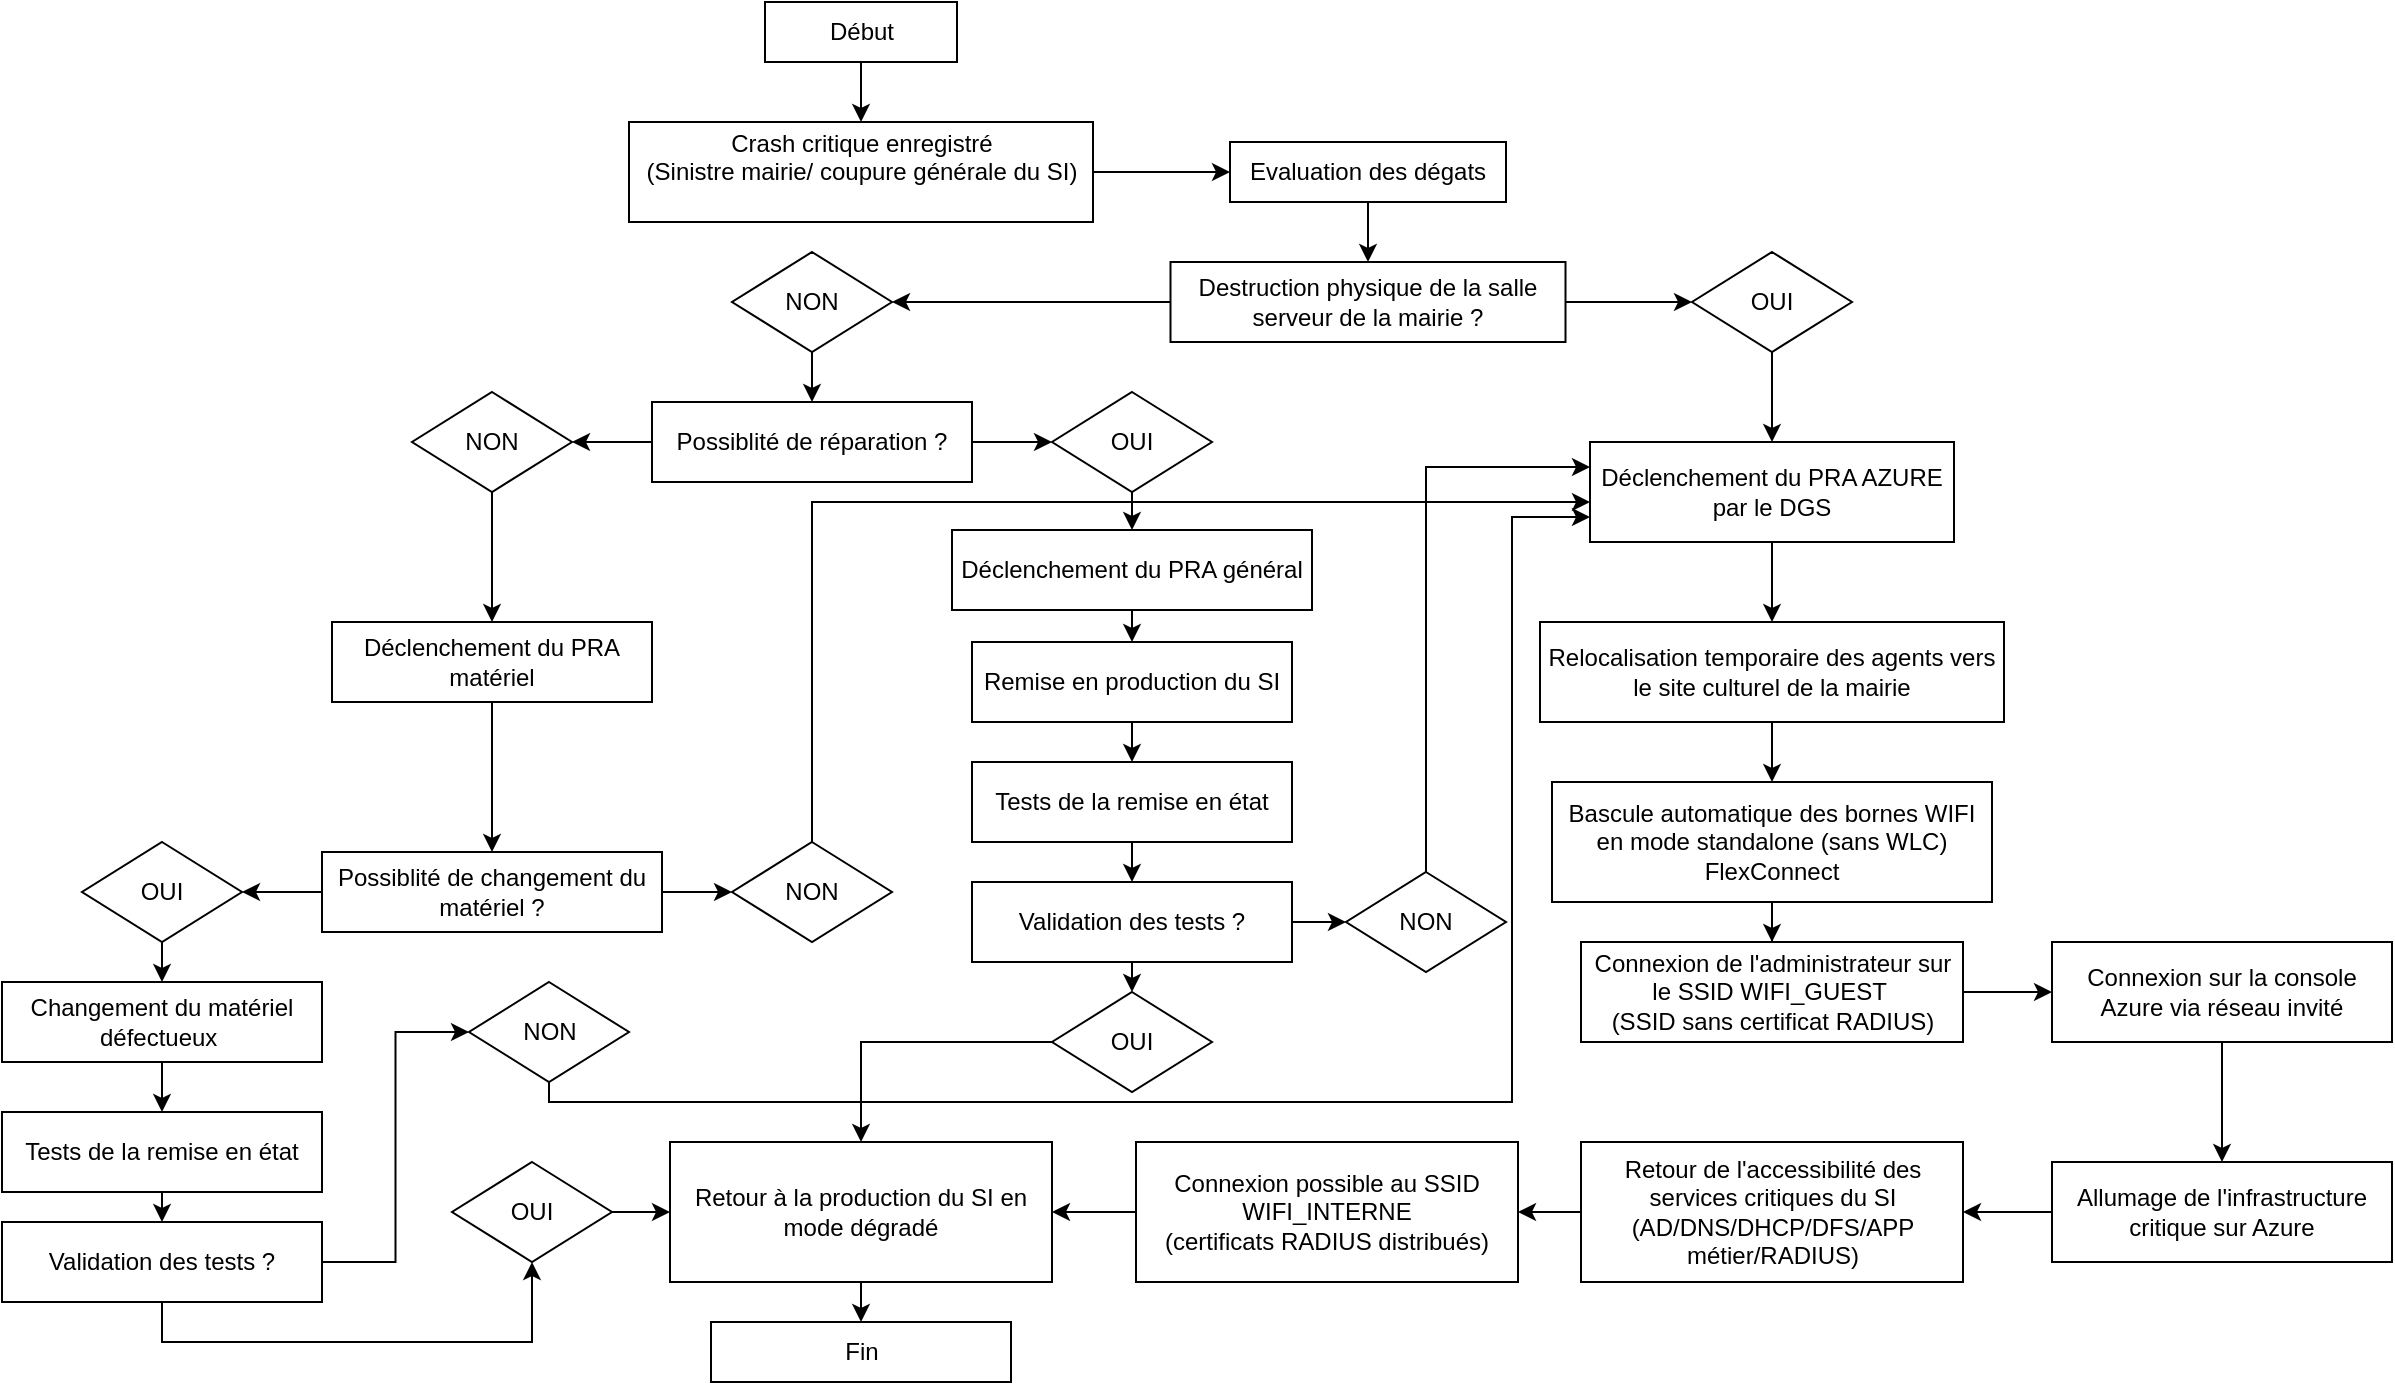
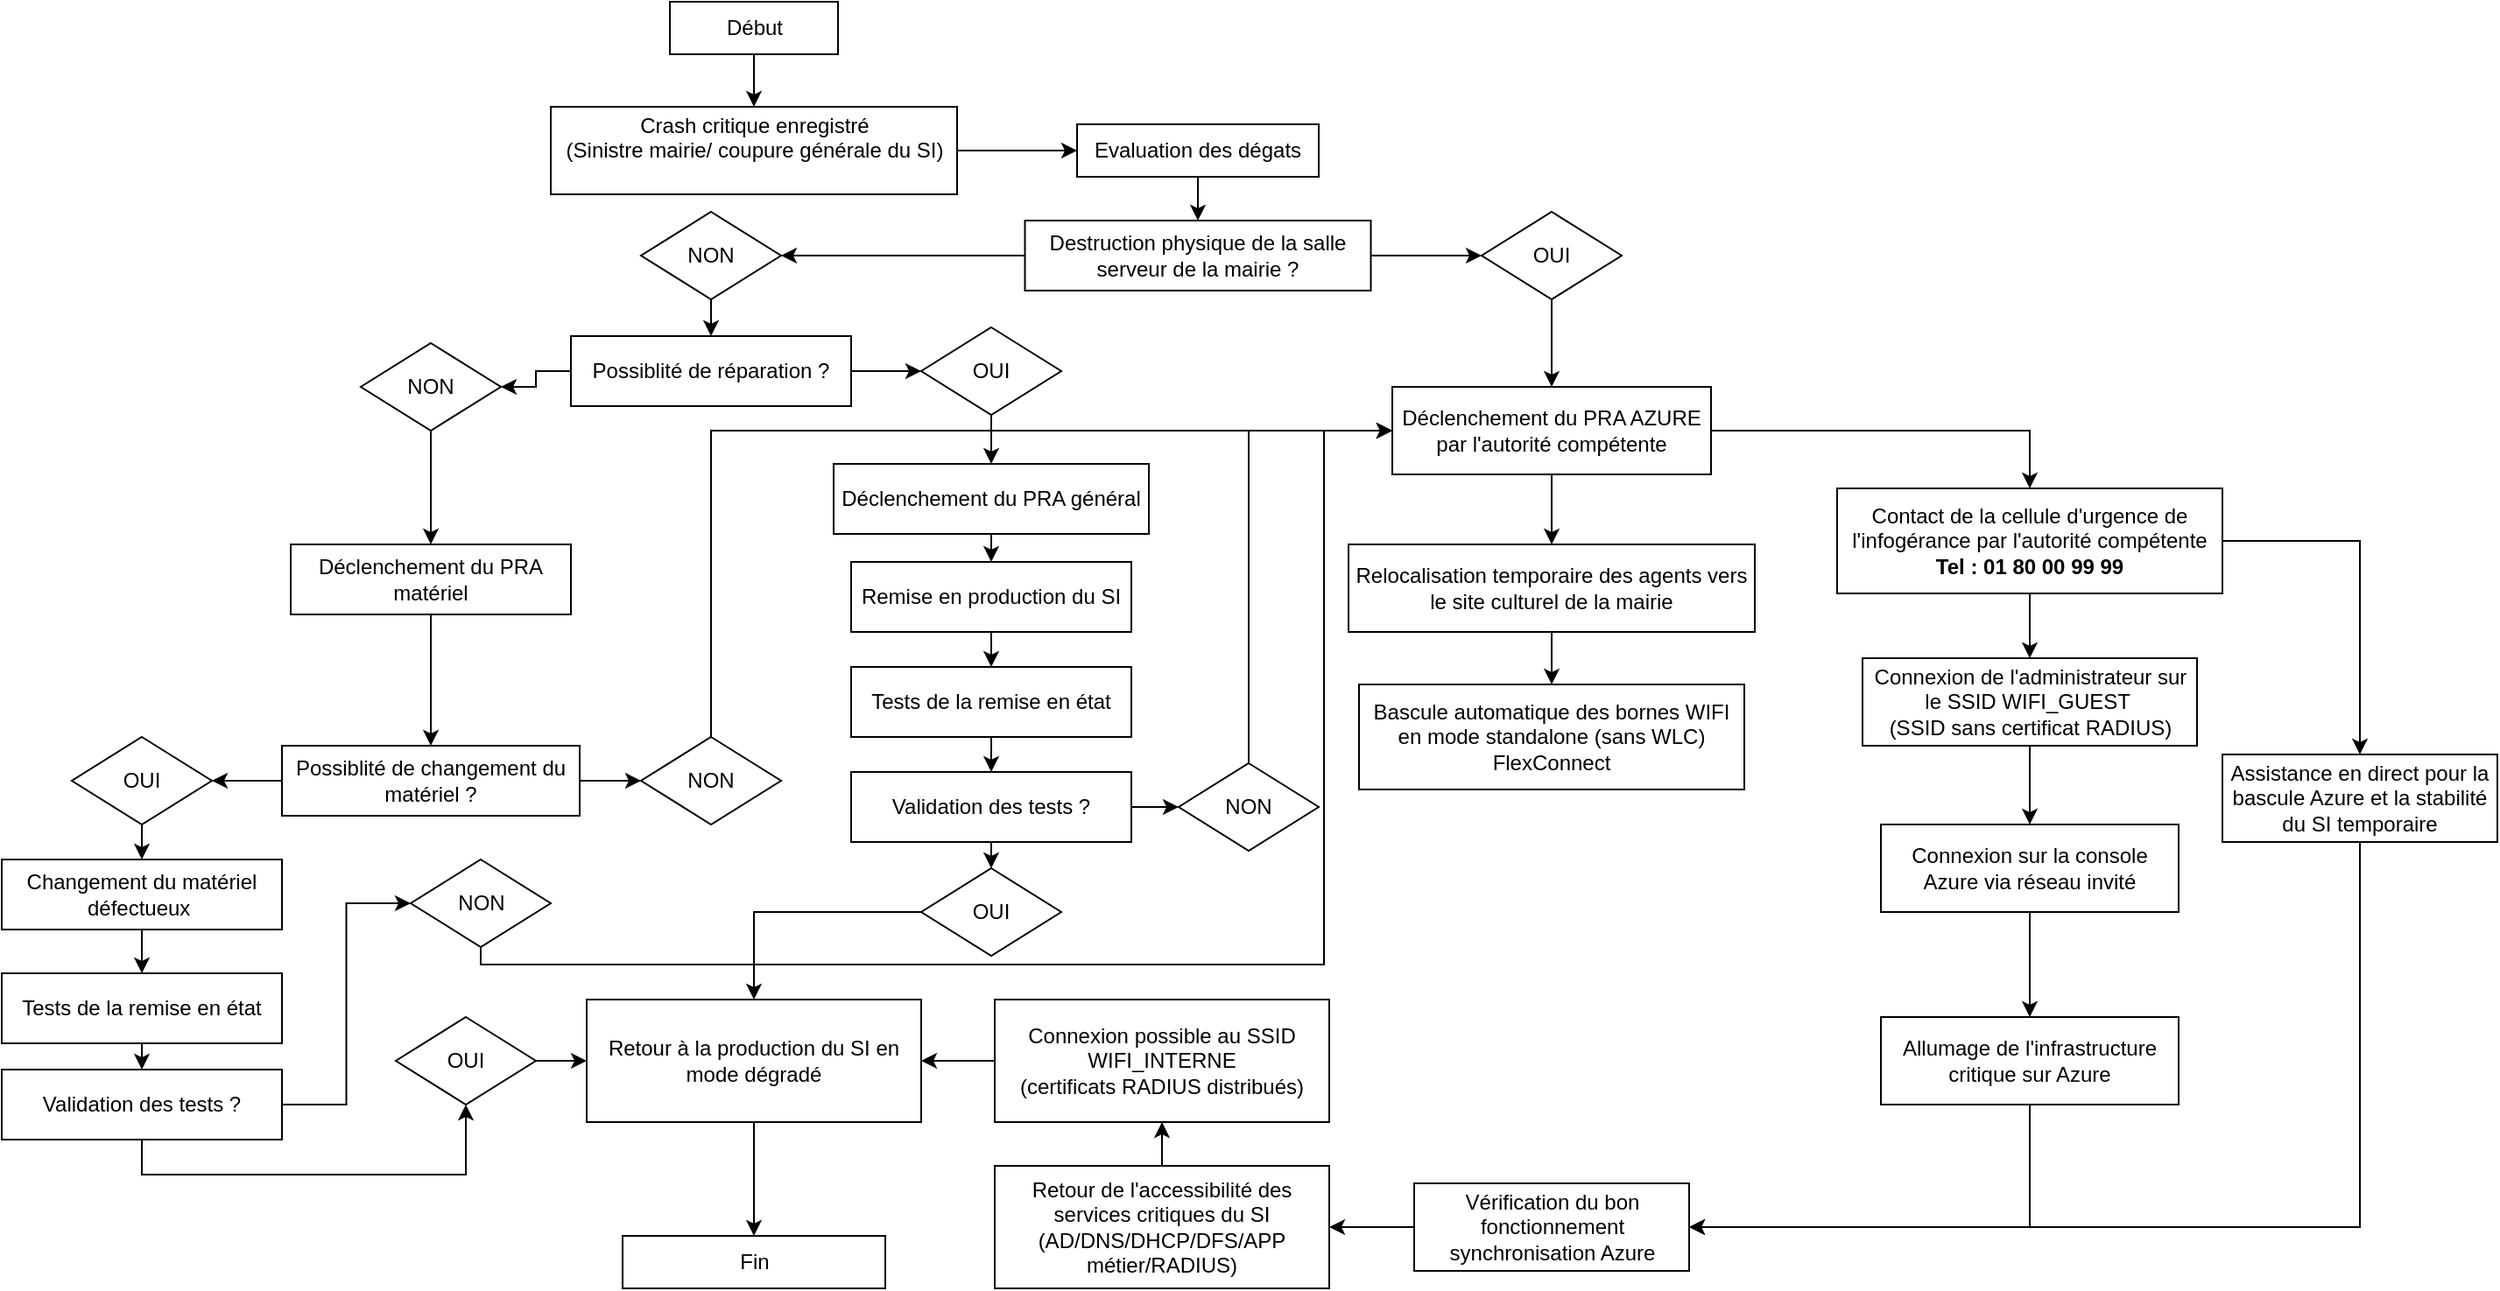
<mxfile host="app.diagrams.net">
  <diagram id="aeECcLNxeN0zQgJlPzpN" name="Page-2">
-     <mxGraphModel dx="1795" dy="1038" grid="0" gridSize="10" guides="1" tooltips="1" connect="1" arrows="1" fold="1" page="1" pageScale="1" pageWidth="1654" pageHeight="1169" math="0" shadow="0">
+     <mxGraphModel dx="1710" dy="989" grid="0" gridSize="10" guides="1" tooltips="1" connect="1" arrows="1" fold="1" page="1" pageScale="1" pageWidth="1654" pageHeight="1169" math="0" shadow="0">
      <root>
        <mxCell id="0" />
        <mxCell id="1" parent="0" />
        <mxCell id="-Ljvg_BTZexBaEWm_ScS-18" edge="1" parent="1" source="1Eve3FFv-ZHbEJZOH9q0-2" style="edgeStyle=orthogonalEdgeStyle;rounded=0;orthogonalLoop=1;jettySize=auto;html=1;exitX=0.5;exitY=1;exitDx=0;exitDy=0;entryX=0.5;entryY=0;entryDx=0;entryDy=0;" target="1Eve3FFv-ZHbEJZOH9q0-3">
          <mxGeometry relative="1" as="geometry" />
        </mxCell>
        <mxCell id="1Eve3FFv-ZHbEJZOH9q0-2" parent="1" style="rounded=0;whiteSpace=wrap;html=1;" value="Début" vertex="1">
-           <mxGeometry height="30" width="96" x="642.5" y="289" as="geometry" />
+           <mxGeometry height="30" width="96" x="553.5" y="290" as="geometry" />
        </mxCell>
        <mxCell id="-Ljvg_BTZexBaEWm_ScS-86" edge="1" parent="1" source="1Eve3FFv-ZHbEJZOH9q0-3" style="edgeStyle=orthogonalEdgeStyle;rounded=0;orthogonalLoop=1;jettySize=auto;html=1;exitX=1;exitY=0.5;exitDx=0;exitDy=0;entryX=0;entryY=0.5;entryDx=0;entryDy=0;" target="-Ljvg_BTZexBaEWm_ScS-3">
          <mxGeometry relative="1" as="geometry" />
        </mxCell>
        <mxCell id="1Eve3FFv-ZHbEJZOH9q0-3" parent="1" style="rounded=0;whiteSpace=wrap;html=1;" value="Crash critique enregistré&lt;br&gt;(Sinistre mairie/ coupure générale du SI)&lt;div&gt;&lt;br/&gt;&lt;/div&gt;" vertex="1">
-           <mxGeometry height="50" width="232" x="574.5" y="349" as="geometry" />
+           <mxGeometry height="50" width="232" x="485.5" y="350" as="geometry" />
        </mxCell>
        <mxCell id="-Ljvg_BTZexBaEWm_ScS-27" edge="1" parent="1" source="-Ljvg_BTZexBaEWm_ScS-1" style="edgeStyle=orthogonalEdgeStyle;rounded=0;orthogonalLoop=1;jettySize=auto;html=1;exitX=0.5;exitY=1;exitDx=0;exitDy=0;entryX=0.5;entryY=0;entryDx=0;entryDy=0;" target="-Ljvg_BTZexBaEWm_ScS-2">
          <mxGeometry relative="1" as="geometry" />
        </mxCell>
-         <mxCell id="-Ljvg_BTZexBaEWm_ScS-1" parent="1" style="rounded=0;whiteSpace=wrap;html=1;" value="Déclenchement du PRA AZURE par le DGS" vertex="1">
-           <mxGeometry height="50" width="182" x="1055" y="509" as="geometry" />
+         <mxCell id="9Qqp0IBms96hmSTvjTxn-2" edge="1" parent="1" source="-Ljvg_BTZexBaEWm_ScS-1" style="edgeStyle=orthogonalEdgeStyle;rounded=0;orthogonalLoop=1;jettySize=auto;html=1;exitX=1;exitY=0.5;exitDx=0;exitDy=0;entryX=0.5;entryY=0;entryDx=0;entryDy=0;" target="9Qqp0IBms96hmSTvjTxn-1">
+           <mxGeometry relative="1" as="geometry" />
+         </mxCell>
+         <mxCell id="-Ljvg_BTZexBaEWm_ScS-1" parent="1" style="rounded=0;whiteSpace=wrap;html=1;" value="Déclenchement du PRA AZURE par l&#39;autorité compétente" vertex="1">
+           <mxGeometry height="50" width="182" x="966" y="510" as="geometry" />
        </mxCell>
        <mxCell id="-Ljvg_BTZexBaEWm_ScS-28" edge="1" parent="1" source="-Ljvg_BTZexBaEWm_ScS-2" style="edgeStyle=orthogonalEdgeStyle;rounded=0;orthogonalLoop=1;jettySize=auto;html=1;exitX=0.5;exitY=1;exitDx=0;exitDy=0;entryX=0.5;entryY=0;entryDx=0;entryDy=0;" target="-Ljvg_BTZexBaEWm_ScS-4">
          <mxGeometry relative="1" as="geometry" />
        </mxCell>
        <mxCell id="-Ljvg_BTZexBaEWm_ScS-2" parent="1" style="rounded=0;whiteSpace=wrap;html=1;" value="Relocalisation temporaire des agents vers le site culturel de la mairie" vertex="1">
-           <mxGeometry height="50" width="232" x="1030" y="599" as="geometry" />
+           <mxGeometry height="50" width="232" x="941" y="600" as="geometry" />
        </mxCell>
        <mxCell id="-Ljvg_BTZexBaEWm_ScS-20" edge="1" parent="1" source="-Ljvg_BTZexBaEWm_ScS-3" style="edgeStyle=orthogonalEdgeStyle;rounded=0;orthogonalLoop=1;jettySize=auto;html=1;exitX=0.5;exitY=1;exitDx=0;exitDy=0;entryX=0.5;entryY=0;entryDx=0;entryDy=0;" target="-Ljvg_BTZexBaEWm_ScS-15">
          <mxGeometry relative="1" as="geometry" />
        </mxCell>
        <mxCell id="-Ljvg_BTZexBaEWm_ScS-3" parent="1" style="rounded=0;whiteSpace=wrap;html=1;" value="Evaluation des dégats" vertex="1">
-           <mxGeometry height="30" width="138" x="875" y="359" as="geometry" />
-         </mxCell>
-         <mxCell id="-Ljvg_BTZexBaEWm_ScS-41" edge="1" parent="1" source="-Ljvg_BTZexBaEWm_ScS-4" style="edgeStyle=orthogonalEdgeStyle;rounded=0;orthogonalLoop=1;jettySize=auto;html=1;exitX=0.5;exitY=1;exitDx=0;exitDy=0;" target="-Ljvg_BTZexBaEWm_ScS-5">
-           <mxGeometry relative="1" as="geometry" />
+           <mxGeometry height="30" width="138" x="786" y="360" as="geometry" />
        </mxCell>
        <mxCell id="-Ljvg_BTZexBaEWm_ScS-4" parent="1" style="rounded=0;whiteSpace=wrap;html=1;" value="Bascule automatique des bornes WIFI en mode standalone (sans WLC)&lt;br&gt;FlexConnect" vertex="1">
-           <mxGeometry height="60" width="220" x="1036" y="679" as="geometry" />
-         </mxCell>
-         <mxCell id="-Ljvg_BTZexBaEWm_ScS-44" edge="1" parent="1" source="-Ljvg_BTZexBaEWm_ScS-5" style="edgeStyle=orthogonalEdgeStyle;rounded=0;orthogonalLoop=1;jettySize=auto;html=1;exitX=1;exitY=0.5;exitDx=0;exitDy=0;entryX=0;entryY=0.5;entryDx=0;entryDy=0;" target="-Ljvg_BTZexBaEWm_ScS-6">
-           <mxGeometry relative="1" as="geometry" />
-         </mxCell>
-         <mxCell id="-Ljvg_BTZexBaEWm_ScS-5" parent="1" style="rounded=0;whiteSpace=wrap;html=1;" value="Connexion de l&#39;administrateur sur le SSID WIFI_GUEST&amp;nbsp;&lt;br&gt;(SSID sans certificat RADIUS)" vertex="1">
-           <mxGeometry height="50" width="191" x="1050.5" y="759" as="geometry" />
+           <mxGeometry height="60" width="220" x="947" y="680" as="geometry" />
        </mxCell>
        <mxCell id="-Ljvg_BTZexBaEWm_ScS-45" edge="1" parent="1" source="-Ljvg_BTZexBaEWm_ScS-6" style="edgeStyle=orthogonalEdgeStyle;rounded=0;orthogonalLoop=1;jettySize=auto;html=1;exitX=0.5;exitY=1;exitDx=0;exitDy=0;entryX=0.5;entryY=0;entryDx=0;entryDy=0;" target="-Ljvg_BTZexBaEWm_ScS-7">
          <mxGeometry relative="1" as="geometry" />
        </mxCell>
        <mxCell id="-Ljvg_BTZexBaEWm_ScS-6" parent="1" style="rounded=0;whiteSpace=wrap;html=1;" value="Connexion sur la console Azure via réseau invité" vertex="1">
-           <mxGeometry height="50" width="170" x="1286" y="759" as="geometry" />
-         </mxCell>
-         <mxCell id="-Ljvg_BTZexBaEWm_ScS-46" edge="1" parent="1" source="-Ljvg_BTZexBaEWm_ScS-7" style="edgeStyle=orthogonalEdgeStyle;rounded=0;orthogonalLoop=1;jettySize=auto;html=1;exitX=0;exitY=0.5;exitDx=0;exitDy=0;entryX=1;entryY=0.5;entryDx=0;entryDy=0;" target="-Ljvg_BTZexBaEWm_ScS-8">
+           <mxGeometry height="50" width="170" x="1245" y="760" as="geometry" />
+         </mxCell>
+         <mxCell id="9Qqp0IBms96hmSTvjTxn-17" edge="1" parent="1" source="-Ljvg_BTZexBaEWm_ScS-7" style="edgeStyle=orthogonalEdgeStyle;rounded=0;orthogonalLoop=1;jettySize=auto;html=1;exitX=0.5;exitY=1;exitDx=0;exitDy=0;entryX=1;entryY=0.5;entryDx=0;entryDy=0;" target="9Qqp0IBms96hmSTvjTxn-9">
          <mxGeometry relative="1" as="geometry" />
        </mxCell>
        <mxCell id="-Ljvg_BTZexBaEWm_ScS-7" parent="1" style="rounded=0;whiteSpace=wrap;html=1;" value="Allumage de l&#39;infrastructure critique sur Azure" vertex="1">
-           <mxGeometry height="50" width="170" x="1286" y="869" as="geometry" />
-         </mxCell>
-         <mxCell id="-Ljvg_BTZexBaEWm_ScS-47" edge="1" parent="1" source="-Ljvg_BTZexBaEWm_ScS-8" style="edgeStyle=orthogonalEdgeStyle;rounded=0;orthogonalLoop=1;jettySize=auto;html=1;exitX=0;exitY=0.5;exitDx=0;exitDy=0;entryX=1;entryY=0.5;entryDx=0;entryDy=0;" target="-Ljvg_BTZexBaEWm_ScS-9">
+           <mxGeometry height="50" width="170" x="1245" y="870" as="geometry" />
+         </mxCell>
+         <mxCell id="9Qqp0IBms96hmSTvjTxn-14" edge="1" parent="1" source="-Ljvg_BTZexBaEWm_ScS-8" style="edgeStyle=orthogonalEdgeStyle;rounded=0;orthogonalLoop=1;jettySize=auto;html=1;exitX=0.5;exitY=0;exitDx=0;exitDy=0;entryX=0.5;entryY=1;entryDx=0;entryDy=0;" target="-Ljvg_BTZexBaEWm_ScS-9">
          <mxGeometry relative="1" as="geometry" />
        </mxCell>
        <mxCell id="-Ljvg_BTZexBaEWm_ScS-8" parent="1" style="rounded=0;whiteSpace=wrap;html=1;" value="Retour de l&#39;accessibilité des services critiques du SI&lt;br&gt;(AD/DNS/DHCP/DFS/APP métier/RADIUS)" vertex="1">
-           <mxGeometry height="70" width="191" x="1050.5" y="859" as="geometry" />
+           <mxGeometry height="70" width="191" x="739" y="955" as="geometry" />
        </mxCell>
        <mxCell id="-Ljvg_BTZexBaEWm_ScS-48" edge="1" parent="1" source="-Ljvg_BTZexBaEWm_ScS-9" style="edgeStyle=orthogonalEdgeStyle;rounded=0;orthogonalLoop=1;jettySize=auto;html=1;exitX=0;exitY=0.5;exitDx=0;exitDy=0;entryX=1;entryY=0.5;entryDx=0;entryDy=0;" target="-Ljvg_BTZexBaEWm_ScS-10">
          <mxGeometry relative="1" as="geometry" />
        </mxCell>
        <mxCell id="-Ljvg_BTZexBaEWm_ScS-9" parent="1" style="rounded=0;whiteSpace=wrap;html=1;" value="Connexion possible au SSID WIFI_INTERNE&lt;br&gt;(certificats RADIUS distribués)" vertex="1">
-           <mxGeometry height="70" width="191" x="828" y="859" as="geometry" />
+           <mxGeometry height="70" width="191" x="739" y="860" as="geometry" />
        </mxCell>
        <mxCell id="-Ljvg_BTZexBaEWm_ScS-50" edge="1" parent="1" source="-Ljvg_BTZexBaEWm_ScS-10" style="edgeStyle=orthogonalEdgeStyle;rounded=0;orthogonalLoop=1;jettySize=auto;html=1;exitX=0.5;exitY=1;exitDx=0;exitDy=0;entryX=0.5;entryY=0;entryDx=0;entryDy=0;" target="-Ljvg_BTZexBaEWm_ScS-49">
          <mxGeometry relative="1" as="geometry" />
        </mxCell>
        <mxCell id="-Ljvg_BTZexBaEWm_ScS-10" parent="1" style="rounded=0;whiteSpace=wrap;html=1;" value="Retour à la production du SI en mode dégradé" vertex="1">
-           <mxGeometry height="70" width="191" x="595" y="859" as="geometry" />
+           <mxGeometry height="70" width="191" x="506" y="860" as="geometry" />
        </mxCell>
        <mxCell id="-Ljvg_BTZexBaEWm_ScS-23" edge="1" parent="1" source="-Ljvg_BTZexBaEWm_ScS-12" style="edgeStyle=orthogonalEdgeStyle;rounded=0;orthogonalLoop=1;jettySize=auto;html=1;exitX=0.5;exitY=1;exitDx=0;exitDy=0;entryX=0.5;entryY=0;entryDx=0;entryDy=0;" target="-Ljvg_BTZexBaEWm_ScS-1">
          <mxGeometry relative="1" as="geometry">
-             <mxPoint x="1241.5" y="494" as="targetPoint" />
+             <mxPoint x="1152.5" y="495" as="targetPoint" />
          </mxGeometry>
        </mxCell>
        <mxCell id="-Ljvg_BTZexBaEWm_ScS-12" parent="1" style="rhombus;whiteSpace=wrap;html=1;" value="OUI" vertex="1">
-           <mxGeometry height="50" width="80" x="1106" y="414" as="geometry" />
+           <mxGeometry height="50" width="80" x="1017" y="410" as="geometry" />
        </mxCell>
        <mxCell id="-Ljvg_BTZexBaEWm_ScS-33" edge="1" parent="1" source="-Ljvg_BTZexBaEWm_ScS-13" style="edgeStyle=orthogonalEdgeStyle;rounded=0;orthogonalLoop=1;jettySize=auto;html=1;exitX=0.5;exitY=1;exitDx=0;exitDy=0;entryX=0.5;entryY=0;entryDx=0;entryDy=0;" target="-Ljvg_BTZexBaEWm_ScS-32">
          <mxGeometry relative="1" as="geometry" />
        </mxCell>
        <mxCell id="-Ljvg_BTZexBaEWm_ScS-13" parent="1" style="rhombus;whiteSpace=wrap;html=1;" value="NON" vertex="1">
-           <mxGeometry height="50" width="80" x="626" y="414" as="geometry" />
+           <mxGeometry height="50" width="80" x="537" y="410" as="geometry" />
        </mxCell>
        <mxCell id="-Ljvg_BTZexBaEWm_ScS-21" edge="1" parent="1" source="-Ljvg_BTZexBaEWm_ScS-15" style="edgeStyle=orthogonalEdgeStyle;rounded=0;orthogonalLoop=1;jettySize=auto;html=1;exitX=1;exitY=0.5;exitDx=0;exitDy=0;entryX=0;entryY=0.5;entryDx=0;entryDy=0;" target="-Ljvg_BTZexBaEWm_ScS-12">
          <mxGeometry relative="1" as="geometry" />
        </mxCell>
        <mxCell id="-Ljvg_BTZexBaEWm_ScS-22" edge="1" parent="1" source="-Ljvg_BTZexBaEWm_ScS-15" style="edgeStyle=orthogonalEdgeStyle;rounded=0;orthogonalLoop=1;jettySize=auto;html=1;exitX=0;exitY=0.5;exitDx=0;exitDy=0;entryX=1;entryY=0.5;entryDx=0;entryDy=0;" target="-Ljvg_BTZexBaEWm_ScS-13">
          <mxGeometry relative="1" as="geometry" />
        </mxCell>
        <mxCell id="-Ljvg_BTZexBaEWm_ScS-15" parent="1" style="rounded=0;whiteSpace=wrap;html=1;" value="Destruction physique de la salle serveur de la mairie ?" vertex="1">
-           <mxGeometry height="40" width="197.5" x="845.25" y="419" as="geometry" />
+           <mxGeometry height="40" width="197.5" x="756.25" y="415" as="geometry" />
        </mxCell>
        <mxCell id="-Ljvg_BTZexBaEWm_ScS-52" edge="1" parent="1" source="-Ljvg_BTZexBaEWm_ScS-30" style="edgeStyle=orthogonalEdgeStyle;rounded=0;orthogonalLoop=1;jettySize=auto;html=1;exitX=0.5;exitY=1;exitDx=0;exitDy=0;entryX=0.5;entryY=0;entryDx=0;entryDy=0;" target="-Ljvg_BTZexBaEWm_ScS-51">
          <mxGeometry relative="1" as="geometry" />
        </mxCell>
        <mxCell id="-Ljvg_BTZexBaEWm_ScS-30" parent="1" style="rounded=0;whiteSpace=wrap;html=1;" value="Déclenchement du PRA général" vertex="1">
-           <mxGeometry height="40" width="180" x="736" y="553" as="geometry" />
+           <mxGeometry height="40" width="180" x="647" y="554" as="geometry" />
        </mxCell>
        <mxCell id="-Ljvg_BTZexBaEWm_ScS-35" edge="1" parent="1" source="-Ljvg_BTZexBaEWm_ScS-32" style="edgeStyle=orthogonalEdgeStyle;rounded=0;orthogonalLoop=1;jettySize=auto;html=1;exitX=0;exitY=0.5;exitDx=0;exitDy=0;entryX=1;entryY=0.5;entryDx=0;entryDy=0;" target="-Ljvg_BTZexBaEWm_ScS-34">
          <mxGeometry relative="1" as="geometry" />
        </mxCell>
        <mxCell id="-Ljvg_BTZexBaEWm_ScS-37" edge="1" parent="1" source="-Ljvg_BTZexBaEWm_ScS-32" style="edgeStyle=orthogonalEdgeStyle;rounded=0;orthogonalLoop=1;jettySize=auto;html=1;exitX=1;exitY=0.5;exitDx=0;exitDy=0;entryX=0;entryY=0.5;entryDx=0;entryDy=0;" target="-Ljvg_BTZexBaEWm_ScS-36">
          <mxGeometry relative="1" as="geometry" />
        </mxCell>
        <mxCell id="-Ljvg_BTZexBaEWm_ScS-32" parent="1" style="rounded=0;whiteSpace=wrap;html=1;" value="Possiblité de réparation ?" vertex="1">
-           <mxGeometry height="40" width="160" x="586" y="489" as="geometry" />
+           <mxGeometry height="40" width="160" x="497" y="481" as="geometry" />
        </mxCell>
        <mxCell id="-Ljvg_BTZexBaEWm_ScS-54" edge="1" parent="1" source="-Ljvg_BTZexBaEWm_ScS-34" style="edgeStyle=orthogonalEdgeStyle;rounded=0;orthogonalLoop=1;jettySize=auto;html=1;exitX=0.5;exitY=1;exitDx=0;exitDy=0;entryX=0.5;entryY=0;entryDx=0;entryDy=0;" target="-Ljvg_BTZexBaEWm_ScS-53">
          <mxGeometry relative="1" as="geometry" />
        </mxCell>
        <mxCell id="-Ljvg_BTZexBaEWm_ScS-34" parent="1" style="rhombus;whiteSpace=wrap;html=1;" value="NON" vertex="1">
-           <mxGeometry height="50" width="80" x="466" y="484" as="geometry" />
+           <mxGeometry height="50" width="80" x="377" y="485" as="geometry" />
        </mxCell>
        <mxCell id="-Ljvg_BTZexBaEWm_ScS-38" edge="1" parent="1" source="-Ljvg_BTZexBaEWm_ScS-36" style="edgeStyle=orthogonalEdgeStyle;rounded=0;orthogonalLoop=1;jettySize=auto;html=1;exitX=0.5;exitY=1;exitDx=0;exitDy=0;entryX=0.5;entryY=0;entryDx=0;entryDy=0;" target="-Ljvg_BTZexBaEWm_ScS-30">
          <mxGeometry relative="1" as="geometry" />
        </mxCell>
        <mxCell id="-Ljvg_BTZexBaEWm_ScS-36" parent="1" style="rhombus;whiteSpace=wrap;html=1;" value="OUI" vertex="1">
-           <mxGeometry height="50" width="80" x="786" y="484" as="geometry" />
+           <mxGeometry height="50" width="80" x="697" y="476" as="geometry" />
        </mxCell>
        <mxCell id="-Ljvg_BTZexBaEWm_ScS-49" parent="1" style="rounded=0;whiteSpace=wrap;html=1;" value="Fin" vertex="1">
-           <mxGeometry height="30" width="150" x="615.5" y="949" as="geometry" />
+           <mxGeometry height="30" width="150" x="526.5" y="995" as="geometry" />
        </mxCell>
        <mxCell id="-Ljvg_BTZexBaEWm_ScS-71" edge="1" parent="1" source="-Ljvg_BTZexBaEWm_ScS-51" style="edgeStyle=orthogonalEdgeStyle;rounded=0;orthogonalLoop=1;jettySize=auto;html=1;exitX=0.5;exitY=1;exitDx=0;exitDy=0;entryX=0.5;entryY=0;entryDx=0;entryDy=0;" target="-Ljvg_BTZexBaEWm_ScS-70">
          <mxGeometry relative="1" as="geometry" />
        </mxCell>
        <mxCell id="-Ljvg_BTZexBaEWm_ScS-51" parent="1" style="rounded=0;whiteSpace=wrap;html=1;" value="Remise en production du SI" vertex="1">
-           <mxGeometry height="40" width="160" x="746" y="609" as="geometry" />
+           <mxGeometry height="40" width="160" x="657" y="610" as="geometry" />
        </mxCell>
        <mxCell id="-Ljvg_BTZexBaEWm_ScS-57" edge="1" parent="1" source="-Ljvg_BTZexBaEWm_ScS-53" style="edgeStyle=orthogonalEdgeStyle;rounded=0;orthogonalLoop=1;jettySize=auto;html=1;exitX=0.5;exitY=1;exitDx=0;exitDy=0;entryX=0.5;entryY=0;entryDx=0;entryDy=0;" target="-Ljvg_BTZexBaEWm_ScS-56">
          <mxGeometry relative="1" as="geometry" />
        </mxCell>
        <mxCell id="-Ljvg_BTZexBaEWm_ScS-53" parent="1" style="rounded=0;whiteSpace=wrap;html=1;" value="Déclenchement du PRA matériel" vertex="1">
-           <mxGeometry height="40" width="160" x="426" y="599" as="geometry" />
+           <mxGeometry height="40" width="160" x="337" y="600" as="geometry" />
        </mxCell>
        <mxCell id="-Ljvg_BTZexBaEWm_ScS-65" edge="1" parent="1" source="-Ljvg_BTZexBaEWm_ScS-55" style="edgeStyle=orthogonalEdgeStyle;rounded=0;orthogonalLoop=1;jettySize=auto;html=1;exitX=0.5;exitY=1;exitDx=0;exitDy=0;entryX=0.5;entryY=0;entryDx=0;entryDy=0;" target="-Ljvg_BTZexBaEWm_ScS-63">
          <mxGeometry relative="1" as="geometry" />
        </mxCell>
        <mxCell id="-Ljvg_BTZexBaEWm_ScS-55" parent="1" style="rounded=0;whiteSpace=wrap;html=1;" value="Changement du matériel défectueux&amp;nbsp;" vertex="1">
-           <mxGeometry height="40" width="160" x="261" y="779" as="geometry" />
+           <mxGeometry height="40" width="160" x="172" y="780" as="geometry" />
        </mxCell>
        <mxCell id="-Ljvg_BTZexBaEWm_ScS-60" edge="1" parent="1" source="-Ljvg_BTZexBaEWm_ScS-56" style="edgeStyle=orthogonalEdgeStyle;rounded=0;orthogonalLoop=1;jettySize=auto;html=1;exitX=0;exitY=0.5;exitDx=0;exitDy=0;entryX=1;entryY=0.5;entryDx=0;entryDy=0;" target="-Ljvg_BTZexBaEWm_ScS-59">
          <mxGeometry relative="1" as="geometry" />
        </mxCell>
        <mxCell id="-Ljvg_BTZexBaEWm_ScS-94" edge="1" parent="1" source="-Ljvg_BTZexBaEWm_ScS-56" style="edgeStyle=orthogonalEdgeStyle;rounded=0;orthogonalLoop=1;jettySize=auto;html=1;exitX=1;exitY=0.5;exitDx=0;exitDy=0;entryX=0;entryY=0.5;entryDx=0;entryDy=0;" target="-Ljvg_BTZexBaEWm_ScS-93">
          <mxGeometry relative="1" as="geometry" />
        </mxCell>
        <mxCell id="-Ljvg_BTZexBaEWm_ScS-56" parent="1" style="rounded=0;whiteSpace=wrap;html=1;" value="Possiblité de changement du matériel ?" vertex="1">
-           <mxGeometry height="40" width="170" x="421" y="714" as="geometry" />
-         </mxCell>
-         <mxCell id="-Ljvg_BTZexBaEWm_ScS-97" edge="1" parent="1" source="-Ljvg_BTZexBaEWm_ScS-58" style="edgeStyle=orthogonalEdgeStyle;rounded=0;orthogonalLoop=1;jettySize=auto;html=1;exitX=0.5;exitY=1;exitDx=0;exitDy=0;entryX=0;entryY=0.75;entryDx=0;entryDy=0;" target="-Ljvg_BTZexBaEWm_ScS-1">
+           <mxGeometry height="40" width="170" x="332" y="715" as="geometry" />
+         </mxCell>
+         <mxCell id="-Ljvg_BTZexBaEWm_ScS-97" edge="1" parent="1" source="-Ljvg_BTZexBaEWm_ScS-58" style="edgeStyle=orthogonalEdgeStyle;rounded=0;orthogonalLoop=1;jettySize=auto;html=1;exitX=0.5;exitY=1;exitDx=0;exitDy=0;entryX=0;entryY=0.5;entryDx=0;entryDy=0;" target="-Ljvg_BTZexBaEWm_ScS-1">
          <mxGeometry relative="1" as="geometry">
            <Array as="points">
-               <mxPoint x="534" y="839" />
-               <mxPoint x="1016" y="839" />
-               <mxPoint x="1016" y="547" />
+               <mxPoint x="446" y="840" />
+               <mxPoint x="927" y="840" />
+               <mxPoint x="927" y="535" />
            </Array>
          </mxGeometry>
        </mxCell>
        <mxCell id="-Ljvg_BTZexBaEWm_ScS-58" parent="1" style="rhombus;whiteSpace=wrap;html=1;" value="NON" vertex="1">
-           <mxGeometry height="50" width="80" x="494.5" y="779" as="geometry" />
+           <mxGeometry height="50" width="80" x="405.5" y="780" as="geometry" />
        </mxCell>
        <mxCell id="-Ljvg_BTZexBaEWm_ScS-62" edge="1" parent="1" source="-Ljvg_BTZexBaEWm_ScS-59" style="edgeStyle=orthogonalEdgeStyle;rounded=0;orthogonalLoop=1;jettySize=auto;html=1;exitX=0.5;exitY=1;exitDx=0;exitDy=0;entryX=0.5;entryY=0;entryDx=0;entryDy=0;" target="-Ljvg_BTZexBaEWm_ScS-55">
          <mxGeometry relative="1" as="geometry" />
        </mxCell>
        <mxCell id="-Ljvg_BTZexBaEWm_ScS-59" parent="1" style="rhombus;whiteSpace=wrap;html=1;" value="OUI" vertex="1">
-           <mxGeometry height="50" width="80" x="301" y="709" as="geometry" />
+           <mxGeometry height="50" width="80" x="212" y="710" as="geometry" />
        </mxCell>
        <mxCell id="-Ljvg_BTZexBaEWm_ScS-88" edge="1" parent="1" source="-Ljvg_BTZexBaEWm_ScS-63" style="edgeStyle=orthogonalEdgeStyle;rounded=0;orthogonalLoop=1;jettySize=auto;html=1;exitX=0.5;exitY=1;exitDx=0;exitDy=0;entryX=0.5;entryY=0;entryDx=0;entryDy=0;" target="-Ljvg_BTZexBaEWm_ScS-87">
          <mxGeometry relative="1" as="geometry" />
        </mxCell>
        <mxCell id="-Ljvg_BTZexBaEWm_ScS-63" parent="1" style="rounded=0;whiteSpace=wrap;html=1;" value="Tests de la remise en état" vertex="1">
-           <mxGeometry height="40" width="160" x="261" y="844" as="geometry" />
+           <mxGeometry height="40" width="160" x="172" y="845" as="geometry" />
        </mxCell>
        <mxCell id="-Ljvg_BTZexBaEWm_ScS-84" edge="1" parent="1" source="-Ljvg_BTZexBaEWm_ScS-70" style="edgeStyle=orthogonalEdgeStyle;rounded=0;orthogonalLoop=1;jettySize=auto;html=1;exitX=0.5;exitY=1;exitDx=0;exitDy=0;entryX=0.5;entryY=0;entryDx=0;entryDy=0;" target="-Ljvg_BTZexBaEWm_ScS-77">
          <mxGeometry relative="1" as="geometry" />
        </mxCell>
        <mxCell id="-Ljvg_BTZexBaEWm_ScS-70" parent="1" style="rounded=0;whiteSpace=wrap;html=1;" value="Tests de la remise en état" vertex="1">
-           <mxGeometry height="40" width="160" x="746" y="669" as="geometry" />
+           <mxGeometry height="40" width="160" x="657" y="670" as="geometry" />
        </mxCell>
        <mxCell id="-Ljvg_BTZexBaEWm_ScS-82" edge="1" parent="1" source="-Ljvg_BTZexBaEWm_ScS-75" style="edgeStyle=orthogonalEdgeStyle;rounded=0;orthogonalLoop=1;jettySize=auto;html=1;exitX=0;exitY=0.5;exitDx=0;exitDy=0;entryX=0.5;entryY=0;entryDx=0;entryDy=0;" target="-Ljvg_BTZexBaEWm_ScS-10">
          <mxGeometry relative="1" as="geometry" />
        </mxCell>
        <mxCell id="-Ljvg_BTZexBaEWm_ScS-75" parent="1" style="rhombus;whiteSpace=wrap;html=1;" value="OUI" vertex="1">
-           <mxGeometry height="50" width="80" x="786" y="784" as="geometry" />
+           <mxGeometry height="50" width="80" x="697" y="785" as="geometry" />
        </mxCell>
        <mxCell id="-Ljvg_BTZexBaEWm_ScS-79" edge="1" parent="1" source="-Ljvg_BTZexBaEWm_ScS-77" style="edgeStyle=orthogonalEdgeStyle;rounded=0;orthogonalLoop=1;jettySize=auto;html=1;exitX=1;exitY=0.5;exitDx=0;exitDy=0;entryX=0;entryY=0.5;entryDx=0;entryDy=0;" target="-Ljvg_BTZexBaEWm_ScS-78">
          <mxGeometry relative="1" as="geometry" />
        </mxCell>
        <mxCell id="-Ljvg_BTZexBaEWm_ScS-83" edge="1" parent="1" source="-Ljvg_BTZexBaEWm_ScS-77" style="edgeStyle=orthogonalEdgeStyle;rounded=0;orthogonalLoop=1;jettySize=auto;html=1;exitX=0.5;exitY=1;exitDx=0;exitDy=0;entryX=0.5;entryY=0;entryDx=0;entryDy=0;" target="-Ljvg_BTZexBaEWm_ScS-75">
          <mxGeometry relative="1" as="geometry" />
        </mxCell>
        <mxCell id="-Ljvg_BTZexBaEWm_ScS-77" parent="1" style="rounded=0;whiteSpace=wrap;html=1;" value="Validation des tests ?" vertex="1">
-           <mxGeometry height="40" width="160" x="746" y="729" as="geometry" />
-         </mxCell>
-         <mxCell id="-Ljvg_BTZexBaEWm_ScS-80" edge="1" parent="1" source="-Ljvg_BTZexBaEWm_ScS-78" style="edgeStyle=orthogonalEdgeStyle;rounded=0;orthogonalLoop=1;jettySize=auto;html=1;exitX=0.5;exitY=0;exitDx=0;exitDy=0;entryX=0;entryY=0.25;entryDx=0;entryDy=0;" target="-Ljvg_BTZexBaEWm_ScS-1">
+           <mxGeometry height="40" width="160" x="657" y="730" as="geometry" />
+         </mxCell>
+         <mxCell id="-Ljvg_BTZexBaEWm_ScS-80" edge="1" parent="1" source="-Ljvg_BTZexBaEWm_ScS-78" style="edgeStyle=orthogonalEdgeStyle;rounded=0;orthogonalLoop=1;jettySize=auto;html=1;exitX=0.5;exitY=0;exitDx=0;exitDy=0;entryX=0;entryY=0.5;entryDx=0;entryDy=0;" target="-Ljvg_BTZexBaEWm_ScS-1">
          <mxGeometry relative="1" as="geometry" />
        </mxCell>
        <mxCell id="-Ljvg_BTZexBaEWm_ScS-78" parent="1" style="rhombus;whiteSpace=wrap;html=1;" value="NON" vertex="1">
-           <mxGeometry height="50" width="80" x="933" y="724" as="geometry" />
+           <mxGeometry height="50" width="80" x="844" y="725" as="geometry" />
        </mxCell>
        <mxCell id="-Ljvg_BTZexBaEWm_ScS-89" edge="1" parent="1" source="-Ljvg_BTZexBaEWm_ScS-87" style="edgeStyle=orthogonalEdgeStyle;rounded=0;orthogonalLoop=1;jettySize=auto;html=1;exitX=1;exitY=0.5;exitDx=0;exitDy=0;entryX=0;entryY=0.5;entryDx=0;entryDy=0;" target="-Ljvg_BTZexBaEWm_ScS-58">
          <mxGeometry relative="1" as="geometry" />
        </mxCell>
        <mxCell id="-Ljvg_BTZexBaEWm_ScS-91" edge="1" parent="1" source="-Ljvg_BTZexBaEWm_ScS-87" style="edgeStyle=orthogonalEdgeStyle;rounded=0;orthogonalLoop=1;jettySize=auto;html=1;exitX=0.5;exitY=1;exitDx=0;exitDy=0;entryX=0.5;entryY=1;entryDx=0;entryDy=0;" target="-Ljvg_BTZexBaEWm_ScS-90">
          <mxGeometry relative="1" as="geometry" />
        </mxCell>
        <mxCell id="-Ljvg_BTZexBaEWm_ScS-87" parent="1" style="rounded=0;whiteSpace=wrap;html=1;" value="Validation des tests ?" vertex="1">
-           <mxGeometry height="40" width="160" x="261" y="899" as="geometry" />
+           <mxGeometry height="40" width="160" x="172" y="900" as="geometry" />
        </mxCell>
        <mxCell id="-Ljvg_BTZexBaEWm_ScS-92" edge="1" parent="1" source="-Ljvg_BTZexBaEWm_ScS-90" style="edgeStyle=orthogonalEdgeStyle;rounded=0;orthogonalLoop=1;jettySize=auto;html=1;exitX=1;exitY=0.5;exitDx=0;exitDy=0;entryX=0;entryY=0.5;entryDx=0;entryDy=0;" target="-Ljvg_BTZexBaEWm_ScS-10">
          <mxGeometry relative="1" as="geometry" />
        </mxCell>
        <mxCell id="-Ljvg_BTZexBaEWm_ScS-90" parent="1" style="rhombus;whiteSpace=wrap;html=1;" value="OUI" vertex="1">
-           <mxGeometry height="50" width="80" x="486" y="869" as="geometry" />
-         </mxCell>
-         <mxCell id="-Ljvg_BTZexBaEWm_ScS-95" edge="1" parent="1" source="-Ljvg_BTZexBaEWm_ScS-93" style="edgeStyle=orthogonalEdgeStyle;rounded=0;orthogonalLoop=1;jettySize=auto;html=1;exitX=0.5;exitY=0;exitDx=0;exitDy=0;">
+           <mxGeometry height="50" width="80" x="397" y="870" as="geometry" />
+         </mxCell>
+         <mxCell id="-Ljvg_BTZexBaEWm_ScS-95" edge="1" parent="1" source="-Ljvg_BTZexBaEWm_ScS-93" style="edgeStyle=orthogonalEdgeStyle;rounded=0;orthogonalLoop=1;jettySize=auto;html=1;exitX=0.5;exitY=0;exitDx=0;exitDy=0;entryX=0;entryY=0.5;entryDx=0;entryDy=0;" target="-Ljvg_BTZexBaEWm_ScS-1">
          <mxGeometry relative="1" as="geometry">
            <Array as="points">
-               <mxPoint x="666" y="539" />
-               <mxPoint x="1055" y="539" />
+               <mxPoint x="577" y="535" />
            </Array>
-             <mxPoint x="1055" y="539" as="targetPoint" />
+             <mxPoint x="966" y="540" as="targetPoint" />
          </mxGeometry>
        </mxCell>
        <mxCell id="-Ljvg_BTZexBaEWm_ScS-93" parent="1" style="rhombus;whiteSpace=wrap;html=1;" value="NON" vertex="1">
-           <mxGeometry height="50" width="80" x="626" y="709" as="geometry" />
+           <mxGeometry height="50" width="80" x="537" y="710" as="geometry" />
+         </mxCell>
+         <mxCell id="9Qqp0IBms96hmSTvjTxn-4" edge="1" parent="1" source="9Qqp0IBms96hmSTvjTxn-1" style="edgeStyle=orthogonalEdgeStyle;rounded=0;orthogonalLoop=1;jettySize=auto;html=1;exitX=0.5;exitY=1;exitDx=0;exitDy=0;entryX=0.5;entryY=0;entryDx=0;entryDy=0;" target="9Qqp0IBms96hmSTvjTxn-3">
+           <mxGeometry relative="1" as="geometry" />
+         </mxCell>
+         <mxCell id="9Qqp0IBms96hmSTvjTxn-7" edge="1" parent="1" source="9Qqp0IBms96hmSTvjTxn-1" style="edgeStyle=orthogonalEdgeStyle;rounded=0;orthogonalLoop=1;jettySize=auto;html=1;exitX=1;exitY=0.5;exitDx=0;exitDy=0;entryX=0.5;entryY=0;entryDx=0;entryDy=0;" target="9Qqp0IBms96hmSTvjTxn-6">
+           <mxGeometry relative="1" as="geometry" />
+         </mxCell>
+         <mxCell id="9Qqp0IBms96hmSTvjTxn-1" parent="1" style="rounded=0;whiteSpace=wrap;html=1;" value="Contact de la cellule d&#39;urgence de l&#39;infogérance par l&#39;autorité compétente&lt;br&gt;&lt;b&gt;Tel : 01 80 00 99 99&lt;/b&gt;" vertex="1">
+           <mxGeometry height="60" width="220" x="1220" y="568" as="geometry" />
+         </mxCell>
+         <mxCell id="9Qqp0IBms96hmSTvjTxn-5" edge="1" parent="1" source="9Qqp0IBms96hmSTvjTxn-3" style="edgeStyle=orthogonalEdgeStyle;rounded=0;orthogonalLoop=1;jettySize=auto;html=1;exitX=0.5;exitY=1;exitDx=0;exitDy=0;entryX=0.5;entryY=0;entryDx=0;entryDy=0;" target="-Ljvg_BTZexBaEWm_ScS-6">
+           <mxGeometry relative="1" as="geometry" />
+         </mxCell>
+         <mxCell id="9Qqp0IBms96hmSTvjTxn-3" parent="1" style="rounded=0;whiteSpace=wrap;html=1;" value="Connexion de l&#39;administrateur sur le SSID WIFI_GUEST&amp;nbsp;&lt;br&gt;(SSID sans certificat RADIUS)" vertex="1">
+           <mxGeometry height="50" width="191" x="1234.5" y="665" as="geometry" />
+         </mxCell>
+         <mxCell id="9Qqp0IBms96hmSTvjTxn-16" edge="1" parent="1" source="9Qqp0IBms96hmSTvjTxn-6" style="edgeStyle=orthogonalEdgeStyle;rounded=0;orthogonalLoop=1;jettySize=auto;html=1;exitX=0.5;exitY=1;exitDx=0;exitDy=0;entryX=1;entryY=0.5;entryDx=0;entryDy=0;" target="9Qqp0IBms96hmSTvjTxn-9">
+           <mxGeometry relative="1" as="geometry" />
+         </mxCell>
+         <mxCell id="9Qqp0IBms96hmSTvjTxn-6" parent="1" style="rounded=0;whiteSpace=wrap;html=1;" value="Assistance en direct pour la bascule Azure et la stabilité du SI temporaire" vertex="1">
+           <mxGeometry height="50" width="157" x="1440" y="720" as="geometry" />
+         </mxCell>
+         <mxCell id="9Qqp0IBms96hmSTvjTxn-15" edge="1" parent="1" source="9Qqp0IBms96hmSTvjTxn-9" style="edgeStyle=orthogonalEdgeStyle;rounded=0;orthogonalLoop=1;jettySize=auto;html=1;exitX=0;exitY=0.5;exitDx=0;exitDy=0;entryX=1;entryY=0.5;entryDx=0;entryDy=0;" target="-Ljvg_BTZexBaEWm_ScS-8">
+           <mxGeometry relative="1" as="geometry" />
+         </mxCell>
+         <mxCell id="9Qqp0IBms96hmSTvjTxn-9" parent="1" style="rounded=0;whiteSpace=wrap;html=1;" value="Vérification du bon fonctionnement synchronisation Azure" vertex="1">
+           <mxGeometry height="50" width="157" x="978.5" y="965" as="geometry" />
        </mxCell>
      </root>
    </mxGraphModel>
  </diagram>
</mxfile>
